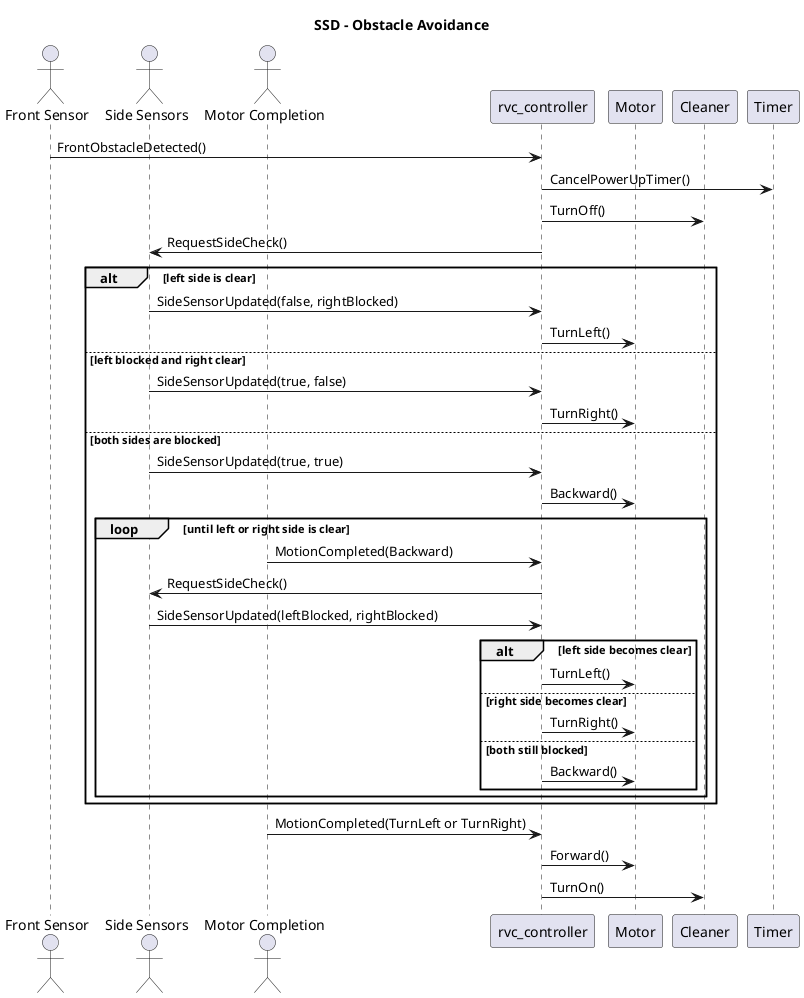
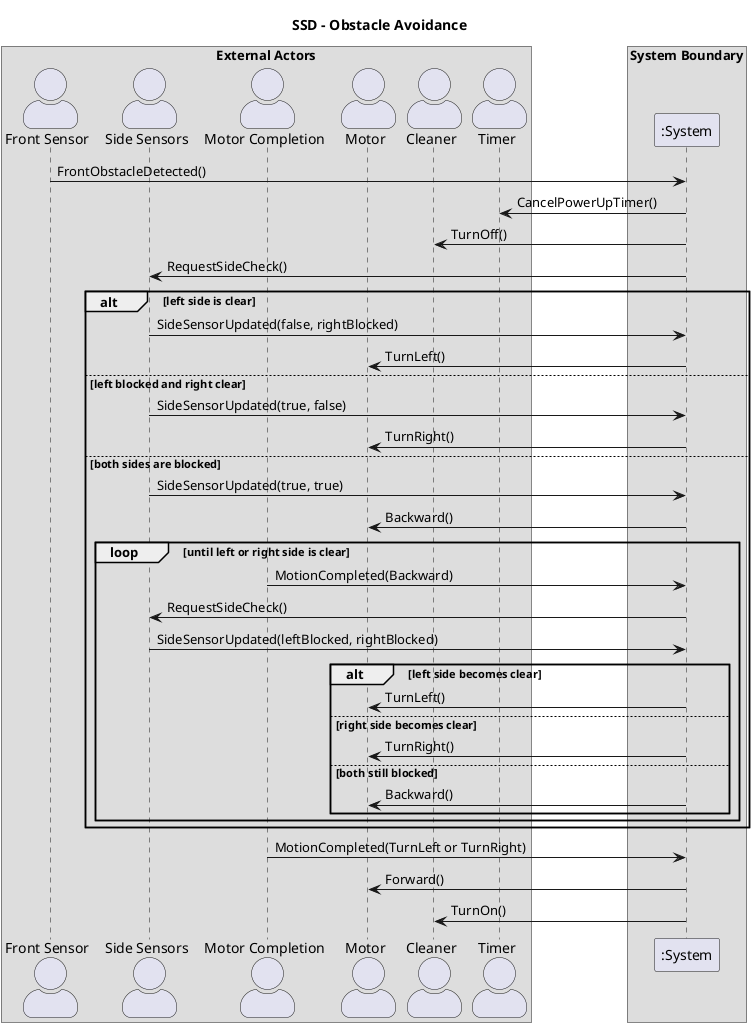
@startuml
title SSD - Obstacle Avoidance

+ skinparam actorStyle awesome
+ 
+ box "External Actors"
actor "Front Sensor" as FrontSensor
actor "Side Sensors" as SideSensors
actor "Motor Completion" as MotorEvent
- participant "rvc_controller" as Controller
- participant Motor
- participant Cleaner
- participant Timer
+ actor Motor
+ actor Cleaner
+ actor Timer
+ end box

- FrontSensor -> Controller: FrontObstacleDetected()
- Controller -> Timer: CancelPowerUpTimer()
- Controller -> Cleaner: TurnOff()
- Controller -> SideSensors: RequestSideCheck()
+ box "System Boundary"
+ participant ":System" as System
+ end box
+ 
+ FrontSensor -> System: FrontObstacleDetected()
+ System -> Timer: CancelPowerUpTimer()
+ System -> Cleaner: TurnOff()
+ System -> SideSensors: RequestSideCheck()

alt left side is clear
-   SideSensors -> Controller: SideSensorUpdated(false, rightBlocked)
-   Controller -> Motor: TurnLeft()
+   SideSensors -> System: SideSensorUpdated(false, rightBlocked)
+   System -> Motor: TurnLeft()
else left blocked and right clear
-   SideSensors -> Controller: SideSensorUpdated(true, false)
-   Controller -> Motor: TurnRight()
+   SideSensors -> System: SideSensorUpdated(true, false)
+   System -> Motor: TurnRight()
else both sides are blocked
-   SideSensors -> Controller: SideSensorUpdated(true, true)
-   Controller -> Motor: Backward()
+   SideSensors -> System: SideSensorUpdated(true, true)
+   System -> Motor: Backward()
  loop until left or right side is clear
-     MotorEvent -> Controller: MotionCompleted(Backward)
-     Controller -> SideSensors: RequestSideCheck()
-     SideSensors -> Controller: SideSensorUpdated(leftBlocked, rightBlocked)
+     MotorEvent -> System: MotionCompleted(Backward)
+     System -> SideSensors: RequestSideCheck()
+     SideSensors -> System: SideSensorUpdated(leftBlocked, rightBlocked)
    alt left side becomes clear
-       Controller -> Motor: TurnLeft()
+       System -> Motor: TurnLeft()
    else right side becomes clear
-       Controller -> Motor: TurnRight()
+       System -> Motor: TurnRight()
    else both still blocked
-       Controller -> Motor: Backward()
+       System -> Motor: Backward()
    end
  end
end

- MotorEvent -> Controller: MotionCompleted(TurnLeft or TurnRight)
- Controller -> Motor: Forward()
- Controller -> Cleaner: TurnOn()
+ MotorEvent -> System: MotionCompleted(TurnLeft or TurnRight)
+ System -> Motor: Forward()
+ System -> Cleaner: TurnOn()
@enduml
